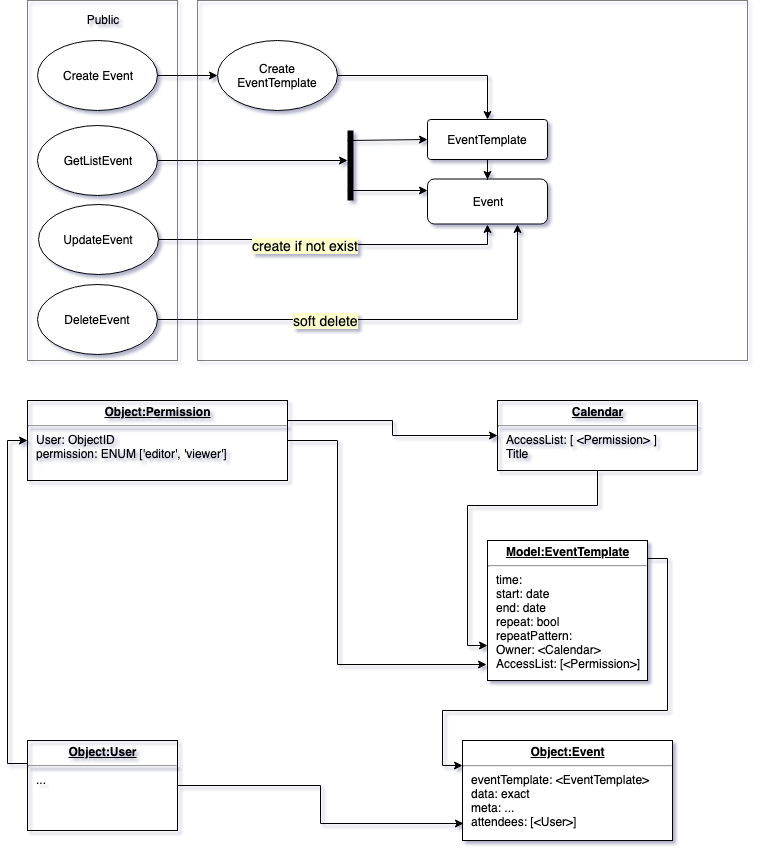
Above: src/event/schema.png in safonovilya/planner (draw.io), before the change. Source tidied: cells renumbered, new cells last; positions are measured from the earlier drawing's top-left corner, leaving out a move shared by most shapes.
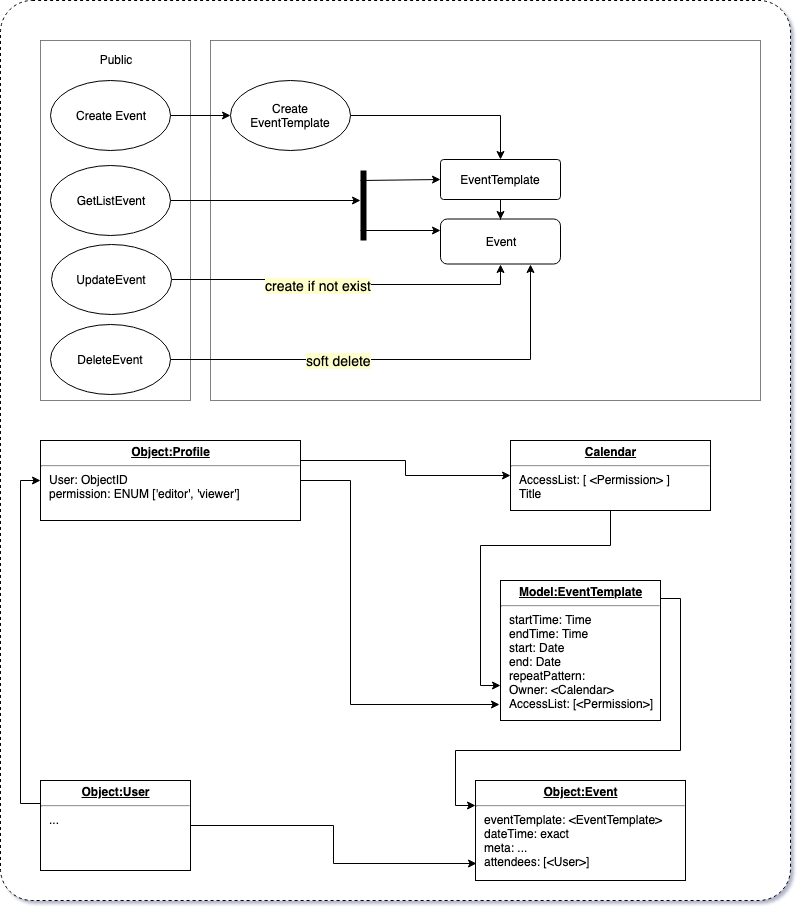
After the change.

Commit message:
tests and get Event method

The edit, as a diff of the source:
```diff
@@ -2,6 +2,9 @@
   <root>
     <mxCell id="0" />
     <mxCell id="1" parent="0" />
+    <mxCell id="33" style="rounded=1;whiteSpace=wrap;html=1;arcSize=4;dashed=1;" parent="1" vertex="1">
+      <mxGeometry x="-40" y="-40" width="790" height="900" as="geometry" />
+    </mxCell>
     <mxCell id="2" style="rounded=0;whiteSpace=wrap;html=1;strokeColor=#000000;fillColor=none;gradientColor=#ffffff;dashed=1;dashPattern=1 1;" parent="1" vertex="1">
       <mxGeometry x="170" width="550" height="360" as="geometry" />
     </mxCell>
@@ -23,10 +26,10 @@
     <mxCell id="8" style="edgeStyle=orthogonalEdgeStyle;rounded=0;jettySize=auto;html=1;exitX=1;exitY=0.129;exitDx=0;exitDy=0;entryX=0;entryY=0.25;entryDx=0;entryDy=0;exitPerimeter=0;" parent="1" edge="1" source="9" target="10">
       <mxGeometry relative="1" as="geometry" />
     </mxCell>
-    <mxCell id="9" value="&lt;p style=&quot;margin: 0px ; margin-top: 4px ; text-align: center ; text-decoration: underline&quot;&gt;&lt;b&gt;Model:EventTemplate&lt;/b&gt;&lt;/p&gt;&lt;hr&gt;&lt;p style=&quot;margin: 0px ; margin-left: 8px&quot;&gt;time:&lt;/p&gt;&lt;p style=&quot;margin: 0px ; margin-left: 8px&quot;&gt;&lt;span&gt;start: date&lt;/span&gt;&lt;br&gt;&lt;/p&gt;&lt;p style=&quot;margin: 0px ; margin-left: 8px&quot;&gt;end: date&lt;/p&gt;&lt;p style=&quot;margin: 0px ; margin-left: 8px&quot;&gt;repeat: bool&lt;/p&gt;&lt;p style=&quot;margin: 0px ; margin-left: 8px&quot;&gt;repeatPattern:&amp;nbsp;&lt;/p&gt;&lt;p style=&quot;margin: 0px ; margin-left: 8px&quot;&gt;Owner: &amp;lt;Calendar&lt;span&gt;&amp;gt;&lt;/span&gt;&lt;/p&gt;&lt;p style=&quot;margin: 0px ; margin-left: 8px&quot;&gt;AccessList: [&amp;lt;Permission&amp;gt;]&lt;/p&gt;" style="verticalAlign=top;align=left;overflow=fill;fontSize=12;fontFamily=Helvetica;html=1;" parent="1" vertex="1">
+    <mxCell id="9" value="&lt;p style=&quot;margin: 0px ; margin-top: 4px ; text-align: center ; text-decoration: underline&quot;&gt;&lt;b&gt;Model:EventTemplate&lt;/b&gt;&lt;/p&gt;&lt;hr&gt;&lt;p style=&quot;margin: 0px ; margin-left: 8px&quot;&gt;startTime: Time&lt;/p&gt;&lt;p style=&quot;margin: 0px ; margin-left: 8px&quot;&gt;endTime: Time&lt;/p&gt;&lt;p style=&quot;margin: 0px ; margin-left: 8px&quot;&gt;&lt;span&gt;start: Date&lt;/span&gt;&lt;br&gt;&lt;/p&gt;&lt;p style=&quot;margin: 0px ; margin-left: 8px&quot;&gt;end: Date&lt;/p&gt;&lt;p style=&quot;margin: 0px ; margin-left: 8px&quot;&gt;&lt;span&gt;repeatPattern:&amp;nbsp;&lt;/span&gt;&lt;br&gt;&lt;/p&gt;&lt;p style=&quot;margin: 0px ; margin-left: 8px&quot;&gt;Owner: &amp;lt;Calendar&lt;span&gt;&amp;gt;&lt;/span&gt;&lt;/p&gt;&lt;p style=&quot;margin: 0px ; margin-left: 8px&quot;&gt;AccessList: [&amp;lt;Permission&amp;gt;]&lt;/p&gt;" style="verticalAlign=top;align=left;overflow=fill;fontSize=12;fontFamily=Helvetica;html=1;" parent="1" vertex="1">
       <mxGeometry x="460" y="540" width="160" height="140" as="geometry" />
     </mxCell>
-    <mxCell id="10" value="&lt;p style=&quot;margin: 0px ; margin-top: 4px ; text-align: center ; text-decoration: underline&quot;&gt;&lt;b&gt;Object:Event&lt;/b&gt;&lt;/p&gt;&lt;hr&gt;&lt;p style=&quot;margin: 0px ; margin-left: 8px&quot;&gt;eventTemplate: &amp;lt;EventTemplate&amp;gt;&lt;/p&gt;&lt;p style=&quot;margin: 0px ; margin-left: 8px&quot;&gt;&lt;span&gt;data: exact&amp;nbsp;&lt;/span&gt;&lt;br&gt;&lt;span&gt;meta: ...&lt;/span&gt;&lt;/p&gt;&lt;p style=&quot;margin: 0px ; margin-left: 8px&quot;&gt;&lt;span&gt;attendees&lt;/span&gt;&lt;span&gt;: [&amp;lt;User&amp;gt;]&lt;/span&gt;&lt;/p&gt;&lt;div&gt;&lt;span&gt;&lt;br&gt;&lt;/span&gt;&lt;/div&gt;" style="verticalAlign=top;align=left;overflow=fill;fontSize=12;fontFamily=Helvetica;html=1;" parent="1" vertex="1">
+    <mxCell id="10" value="&lt;p style=&quot;margin: 0px ; margin-top: 4px ; text-align: center ; text-decoration: underline&quot;&gt;&lt;b&gt;Object:Event&lt;/b&gt;&lt;/p&gt;&lt;hr&gt;&lt;p style=&quot;margin: 0px ; margin-left: 8px&quot;&gt;eventTemplate: &amp;lt;EventTemplate&amp;gt;&lt;/p&gt;&lt;p style=&quot;margin: 0px ; margin-left: 8px&quot;&gt;&lt;span&gt;dateTime: exact&amp;nbsp;&lt;/span&gt;&lt;br&gt;&lt;span&gt;meta: ...&lt;/span&gt;&lt;/p&gt;&lt;p style=&quot;margin: 0px ; margin-left: 8px&quot;&gt;&lt;span&gt;attendees&lt;/span&gt;&lt;span&gt;: [&amp;lt;User&amp;gt;]&lt;/span&gt;&lt;/p&gt;&lt;div&gt;&lt;span&gt;&lt;br&gt;&lt;/span&gt;&lt;/div&gt;" style="verticalAlign=top;align=left;overflow=fill;fontSize=12;fontFamily=Helvetica;html=1;" parent="1" vertex="1">
       <mxGeometry x="435" y="740" width="210" height="100" as="geometry" />
     </mxCell>
     <mxCell id="11" style="edgeStyle=orthogonalEdgeStyle;rounded=0;jettySize=auto;html=1;exitX=1;exitY=0.5;exitDx=0;exitDy=0;entryX=0.5;entryY=0;entryDx=0;entryDy=0;" parent="1" edge="1" source="12" target="7">
@@ -65,7 +68,7 @@
     <mxCell id="20" style="edgeStyle=orthogonalEdgeStyle;rounded=0;jettySize=auto;html=1;exitX=1;exitY=0.25;exitDx=0;exitDy=0;entryX=0;entryY=0.5;entryDx=0;entryDy=0;" parent="1" edge="1" source="21" target="18">
       <mxGeometry relative="1" as="geometry" />
     </mxCell>
-    <mxCell id="21" value="&lt;p style=&quot;margin: 0px ; margin-top: 4px ; text-align: center ; text-decoration: underline&quot;&gt;&lt;b&gt;Object:Permission&lt;/b&gt;&lt;/p&gt;&lt;hr&gt;&lt;p style=&quot;margin: 0px ; margin-left: 8px&quot;&gt;&lt;span&gt;User: ObjectID&amp;nbsp;&lt;/span&gt;&lt;/p&gt;&lt;p style=&quot;margin: 0px ; margin-left: 8px&quot;&gt;&lt;span&gt;permission: ENUM ['editor', 'viewer']&lt;/span&gt;&lt;/p&gt;" style="verticalAlign=top;align=left;overflow=fill;fontSize=12;fontFamily=Helvetica;html=1;strokeColor=#000000;fillColor=none;gradientColor=#ffffff;" parent="1" vertex="1">
+    <mxCell id="21" value="&lt;p style=&quot;margin: 0px ; margin-top: 4px ; text-align: center ; text-decoration: underline&quot;&gt;&lt;b&gt;Object:Profile&lt;/b&gt;&lt;/p&gt;&lt;hr&gt;&lt;p style=&quot;margin: 0px ; margin-left: 8px&quot;&gt;&lt;span&gt;User: ObjectID&amp;nbsp;&lt;/span&gt;&lt;/p&gt;&lt;p style=&quot;margin: 0px ; margin-left: 8px&quot;&gt;&lt;span&gt;permission: ENUM ['editor', 'viewer']&lt;/span&gt;&lt;/p&gt;" style="verticalAlign=top;align=left;overflow=fill;fontSize=12;fontFamily=Helvetica;html=1;strokeColor=#000000;fillColor=none;gradientColor=#ffffff;" parent="1" vertex="1">
       <mxGeometry y="400" width="260" height="80" as="geometry" />
     </mxCell>
     <mxCell id="22" style="edgeStyle=orthogonalEdgeStyle;rounded=0;jettySize=auto;html=1;entryX=0.005;entryY=0.83;entryDx=0;entryDy=0;entryPerimeter=0;" parent="1" edge="1" source="24" target="10">
```
